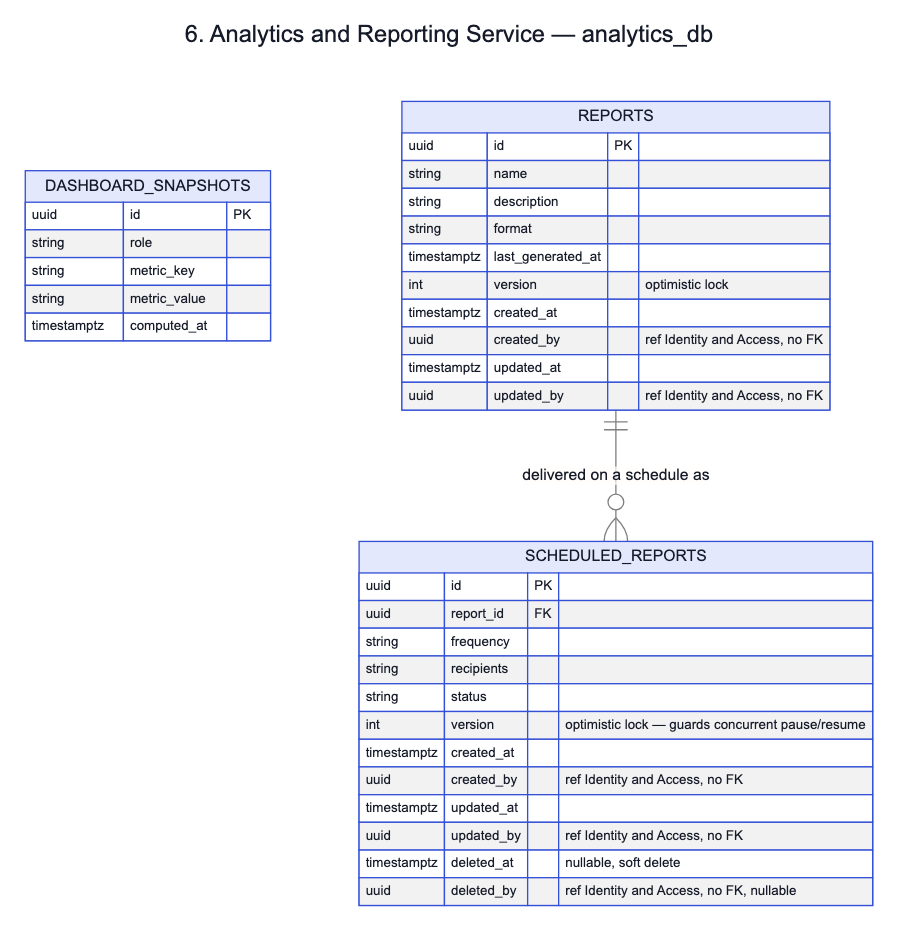
Before: docs/architecture/tables-06-analytics-reporting.png, a diagram exported from Mermaid (ESD-ONE/University-Course-Management-System). Its source is kept beside it as docs/architecture/tables-06-analytics-reporting.mmd. Its diagram source:
```mermaid
---
title: 6. Analytics and Reporting Service — analytics_db
---
erDiagram
    DASHBOARD_SNAPSHOTS {
        uuid id PK
        string role
        string metric_key
        string metric_value
        timestamptz computed_at
    }
    REPORTS {
        uuid id PK
        string name
        string description
        string format
        timestamptz last_generated_at
        int version "optimistic lock"
        timestamptz created_at
        uuid created_by "ref Identity and Access, no FK"
        timestamptz updated_at
        uuid updated_by "ref Identity and Access, no FK"
    }
    SCHEDULED_REPORTS {
        uuid id PK
        uuid report_id FK
        string frequency
        string recipients
        string status
        int version "optimistic lock — guards concurrent pause/resume"
        timestamptz created_at
        uuid created_by "ref Identity and Access, no FK"
        timestamptz updated_at
        uuid updated_by "ref Identity and Access, no FK"
        timestamptz deleted_at "nullable, soft delete"
        uuid deleted_by "ref Identity and Access, no FK, nullable"
    }

    REPORTS ||--o{ SCHEDULED_REPORTS : "delivered on a schedule as"
```
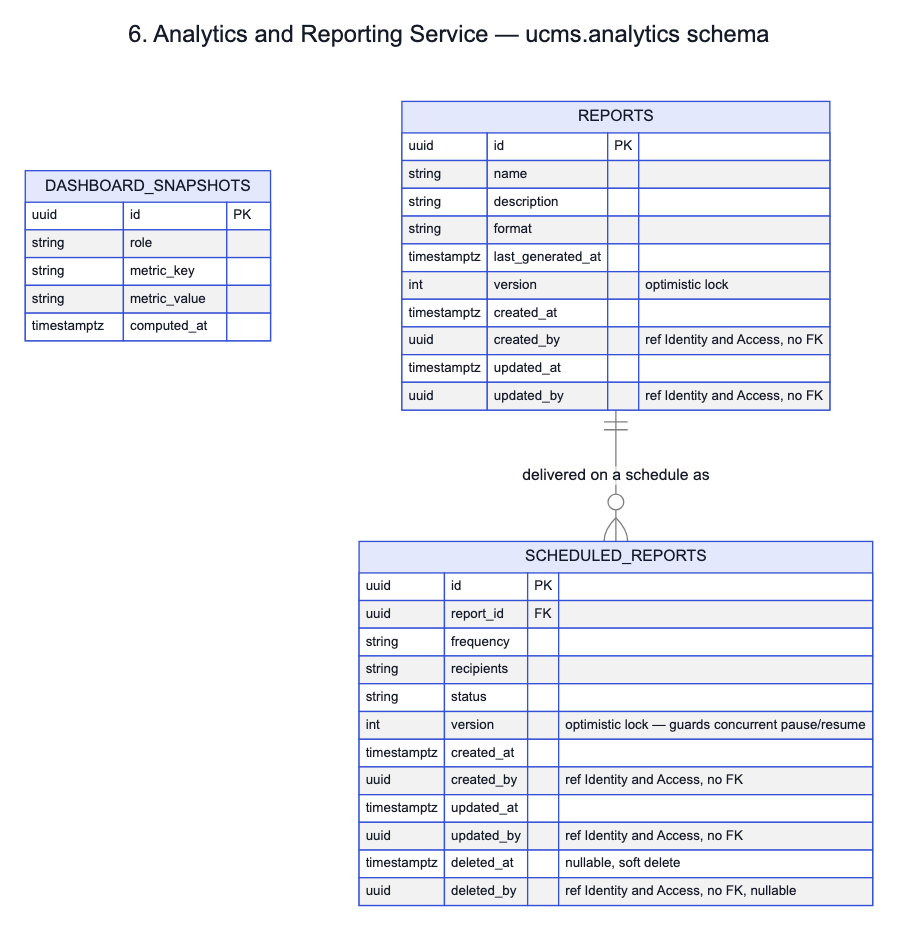
The same file after the commit.

Diff of the diagram source:
```diff
@@ -1,5 +1,5 @@
 ---
-title: 6. Analytics and Reporting Service — analytics_db
+title: 6. Analytics and Reporting Service — ucms.analytics schema
 ---
 erDiagram
     DASHBOARD_SNAPSHOTS {
```
